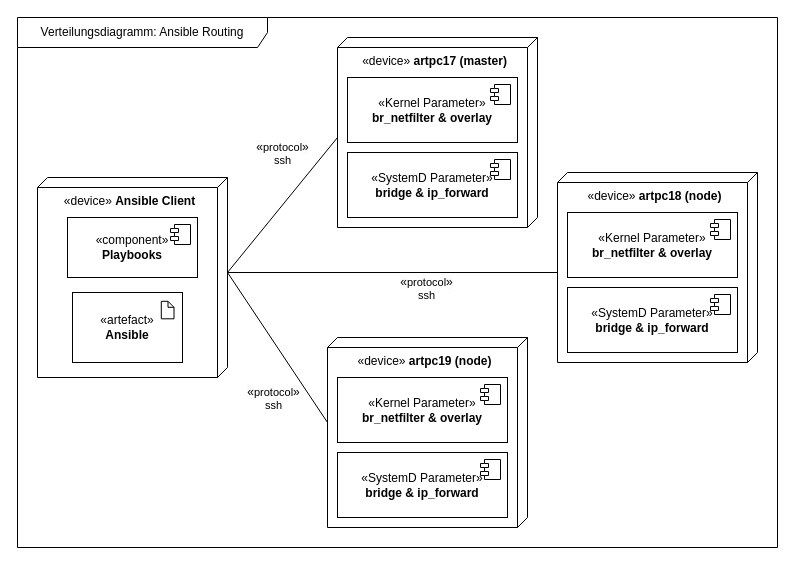
pogii123/drawio-charts keeps this draw.io diagram as uni-bsc/dd-routing-ansible.drawio. Above is the earlier version. Source tidied: cells renumbered, new cells numbered last; positions are measured from the earlier drawing's top-left corner, leaving out a move shared by most shapes. Both pictures are drawn from the tidied source at 100%, with x=0, y=0 at pixel (17, 17).
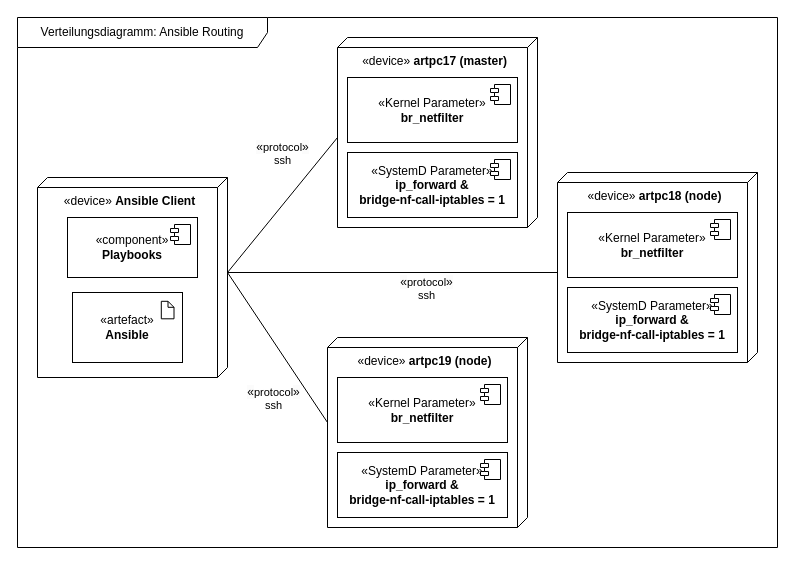
After the change.

What changed in the source:
```diff
@@
-    <mxCell id="15" value="«SystemD Parameter»&lt;br&gt;&lt;b&gt;bridge &amp;amp; ip_forward&lt;/b&gt;" style="html=1;whiteSpace=wrap;" parent="1" vertex="1">
+    <mxCell id="15" value="«SystemD Parameter»&lt;br&gt;&lt;b&gt;ip_forward &amp;amp;&lt;br&gt;&lt;/b&gt;&lt;div&gt;&lt;b&gt;bridge-nf-call-iptables = 1&lt;/b&gt;&lt;/div&gt;" style="html=1;whiteSpace=wrap;" parent="1" vertex="1">
       <mxGeometry x="550" y="270" width="170" height="65" as="geometry" />
     </mxCell>
@@
-    <mxCell id="17" value="«Kernel Parameter»&lt;br&gt;&lt;b&gt;br_netfilter &amp;amp; overlay&lt;/b&gt;" style="html=1;whiteSpace=wrap;" parent="1" vertex="1">
+    <mxCell id="17" value="«Kernel Parameter»&lt;br&gt;&lt;b&gt;br_netfilter&lt;/b&gt;" style="html=1;whiteSpace=wrap;" parent="1" vertex="1">
       <mxGeometry x="550" y="195" width="170" height="65" as="geometry" />
     </mxCell>
@@
-    <mxCell id="20" value="«SystemD Parameter»&lt;br&gt;&lt;b&gt;bridge &amp;amp; ip_forward&lt;/b&gt;" style="html=1;whiteSpace=wrap;" parent="1" vertex="1">
+    <mxCell id="20" value="«SystemD Parameter»&lt;br&gt;&lt;b&gt;ip_forward &amp;amp;&lt;br&gt;&lt;/b&gt;&lt;div&gt;&lt;b&gt;bridge-nf-call-iptables = 1&lt;/b&gt;&lt;/div&gt;" style="html=1;whiteSpace=wrap;" parent="1" vertex="1">
       <mxGeometry x="320" y="435" width="170" height="65" as="geometry" />
     </mxCell>
@@
-    <mxCell id="22" value="«Kernel Parameter»&lt;br&gt;&lt;b&gt;br_netfilter &amp;amp; overlay&lt;/b&gt;" style="html=1;whiteSpace=wrap;" parent="1" vertex="1">
+    <mxCell id="22" value="«Kernel Parameter»&lt;br&gt;&lt;b&gt;br_netfilter&lt;/b&gt;" style="html=1;whiteSpace=wrap;" parent="1" vertex="1">
       <mxGeometry x="320" y="360" width="170" height="65" as="geometry" />
     </mxCell>
@@
-    <mxCell id="25" value="«SystemD Parameter»&lt;br&gt;&lt;b&gt;bridge &amp;amp; ip_forward&lt;/b&gt;" style="html=1;whiteSpace=wrap;" parent="1" vertex="1">
+    <mxCell id="25" value="«SystemD Parameter»&lt;br&gt;&lt;b&gt;ip_forward &amp;amp;&lt;br&gt;&lt;/b&gt;&lt;div&gt;&lt;b&gt;bridge-nf-call-iptables = 1&lt;/b&gt;&lt;/div&gt;" style="html=1;whiteSpace=wrap;" parent="1" vertex="1">
       <mxGeometry x="330" y="135" width="170" height="65" as="geometry" />
     </mxCell>
@@
-    <mxCell id="27" value="«Kernel Parameter»&lt;br&gt;&lt;b&gt;br_netfilter &amp;amp; overlay&lt;/b&gt;" style="html=1;whiteSpace=wrap;" parent="1" vertex="1">
+    <mxCell id="27" value="«Kernel Parameter»&lt;br&gt;&lt;b&gt;br_netfilter&lt;/b&gt;" style="html=1;whiteSpace=wrap;" parent="1" vertex="1">
       <mxGeometry x="330" y="60" width="170" height="65" as="geometry" />
     </mxCell>
```
